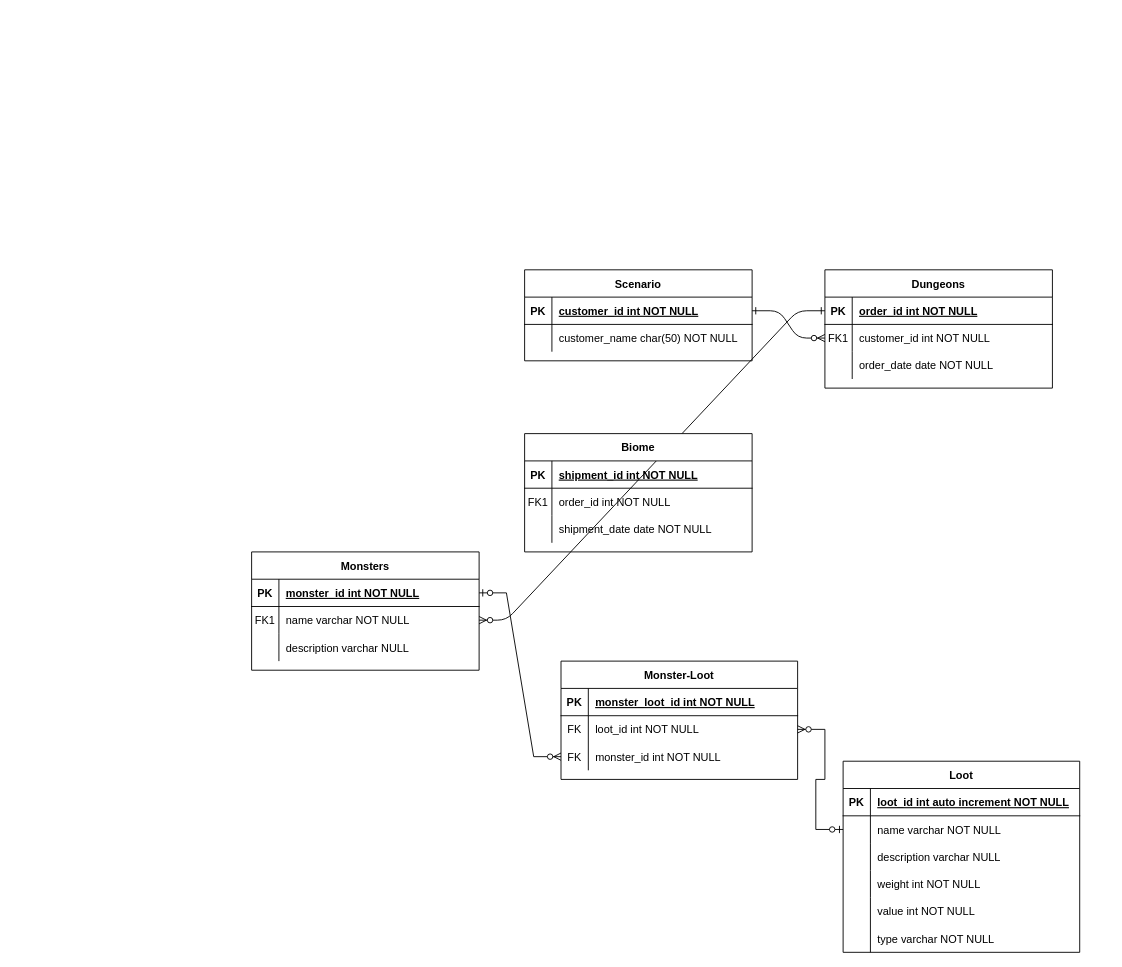
The draw.io diagram Untitled Diagram.drawio in hobstowler/Dungeon-Master-Planner, before the edit. Source tidied: cells renumbered, new cells numbered last; positions are measured from the earlier drawing's top-left corner, leaving out a move shared by most shapes. Both pictures are drawn from the tidied source at 91%, with x=0, y=0 at pixel (251, 269).
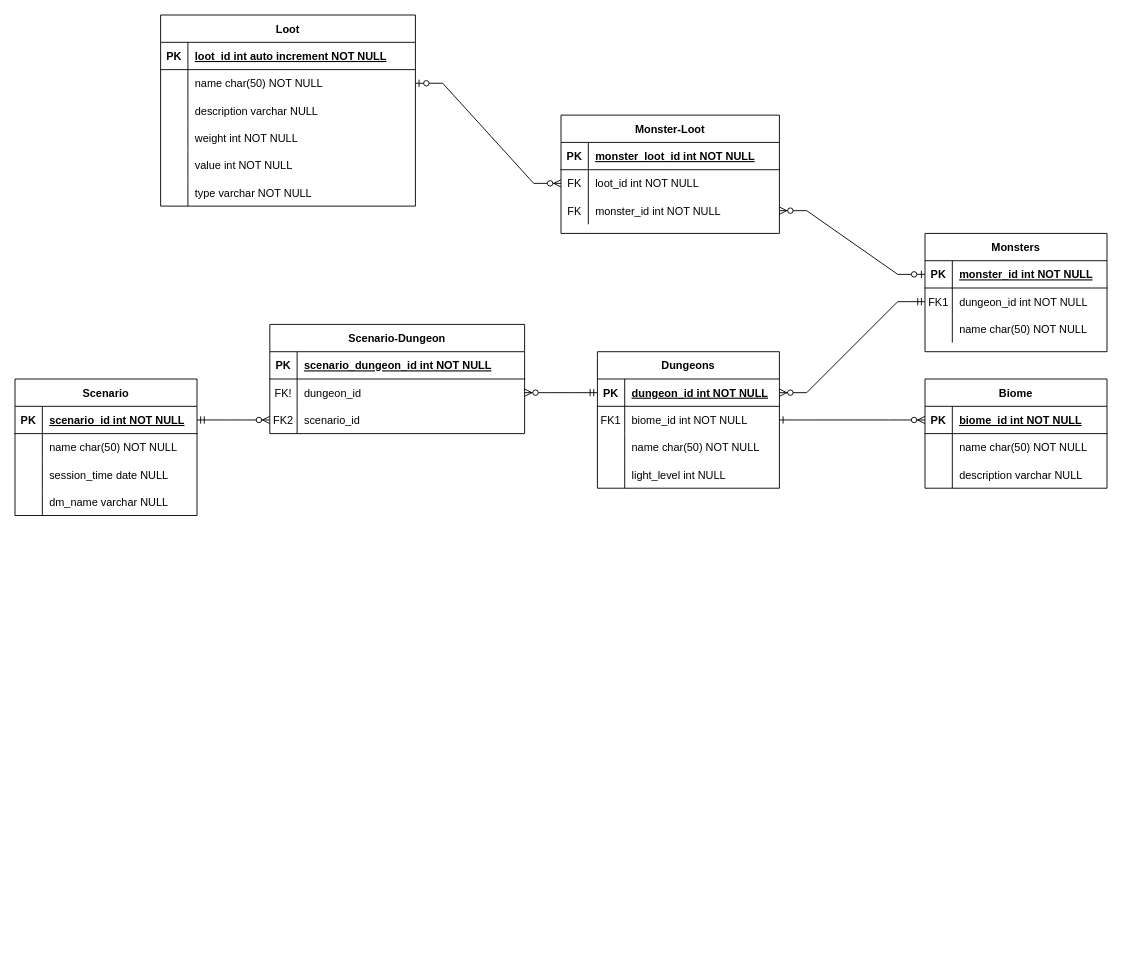
After the change.

Commit message:
added all tables and relationships

Diff of the diagram source:
```diff
@@
-    <mxCell id="2" style="edgeStyle=entityRelationEdgeStyle;endArrow=ERzeroToMany;startArrow=ERone;endFill=1;startFill=0;" parent="1" edge="1" source="25" target="8">
+    <mxCell id="2" style="edgeStyle=entityRelationEdgeStyle;endArrow=ERzeroToMany;startArrow=ERone;endFill=1;startFill=0;" parent="1" edge="1" source="8" target="51">
       <mxGeometry relative="1" as="geometry" />
     </mxCell>
-    <mxCell id="3" style="edgeStyle=entityRelationEdgeStyle;endArrow=ERzeroToMany;startArrow=ERone;endFill=1;startFill=0;" parent="1" edge="1" source="5" target="18">
-      <mxGeometry relative="1" as="geometry" />
-    </mxCell>
     <mxCell id="4" value="Dungeons" style="shape=table;startSize=30;childLayout=tableLayout;rowLines=0;fontStyle=1;align=center;" parent="1" vertex="1">
-      <mxGeometry x="630" width="250" height="130" as="geometry" />
+      <mxGeometry x="380" y="90" width="200" height="150" as="geometry" />
     </mxCell>
     <mxCell id="5" style="shape=partialRectangle;fillColor=none;points=[[0,0.5],[1,0.5]];portConstraint=eastwest;top=0;left=0;right=0;bottom=1;" parent="4" vertex="1">
-      <mxGeometry y="30" width="250" height="30" as="geometry" />
+      <mxGeometry y="30" width="200" height="30" as="geometry" />
     </mxCell>
@@
-    <mxCell id="7" value="order_id int NOT NULL " style="shape=partialRectangle;overflow=hidden;fillColor=none;top=0;left=0;bottom=0;right=0;align=left;spacingLeft=6;fontStyle=5;" parent="5" vertex="1">
-      <mxGeometry x="30" width="220" height="30" as="geometry" />
+    <mxCell id="7" value="dungeon_id int NOT NULL" style="shape=partialRectangle;overflow=hidden;fillColor=none;top=0;left=0;bottom=0;right=0;align=left;spacingLeft=6;fontStyle=5;" parent="5" vertex="1">
+      <mxGeometry x="30" width="170" height="30" as="geometry" />
     </mxCell>
     <mxCell id="8" style="shape=partialRectangle;fillColor=none;points=[[0,0.5],[1,0.5]];portConstraint=eastwest;top=0;left=0;right=0;bottom=0;" parent="4" vertex="1">
-      <mxGeometry y="60" width="250" height="30" as="geometry" />
+      <mxGeometry y="60" width="200" height="30" as="geometry" />
     </mxCell>
@@
-    <mxCell id="10" value="customer_id int NOT NULL" style="shape=partialRectangle;overflow=hidden;fillColor=none;top=0;left=0;bottom=0;right=0;align=left;spacingLeft=6;" parent="8" vertex="1">
-      <mxGeometry x="30" width="220" height="30" as="geometry" />
+    <mxCell id="10" value="biome_id int NOT NULL" style="shape=partialRectangle;overflow=hidden;fillColor=none;top=0;left=0;bottom=0;right=0;align=left;spacingLeft=6;" parent="8" vertex="1">
+      <mxGeometry x="30" width="170" height="30" as="geometry" />
     </mxCell>
     <mxCell id="11" style="shape=partialRectangle;fillColor=none;top=0;left=0;right=0;bottom=0;" parent="4" vertex="1">
-      <mxGeometry y="90" width="250" height="30" as="geometry" />
+      <mxGeometry y="90" width="200" height="30" as="geometry" />
     </mxCell>
@@
-    <mxCell id="13" value="order_date date NOT NULL" style="shape=partialRectangle;overflow=hidden;fillColor=none;top=0;left=0;bottom=0;right=0;align=left;spacingLeft=6;" parent="11" vertex="1">
-      <mxGeometry x="30" width="220" height="30" as="geometry" />
+    <mxCell id="13" value="name char(50) NOT NULL" style="shape=partialRectangle;overflow=hidden;fillColor=none;top=0;left=0;bottom=0;right=0;align=left;spacingLeft=6;" parent="11" vertex="1">
+      <mxGeometry x="30" width="170" height="30" as="geometry" />
     </mxCell>
+    <mxCell id="72" style="shape=partialRectangle;fillColor=none;top=0;left=0;right=0;bottom=0;" parent="4" vertex="1">
+      <mxGeometry y="120" width="200" height="30" as="geometry" />
+    </mxCell>
+    <mxCell id="73" style="shape=partialRectangle;overflow=hidden;fillColor=none;top=0;left=0;bottom=0;right=0;" parent="72" vertex="1">
+      <mxGeometry width="30" height="30" as="geometry" />
+    </mxCell>
+    <mxCell id="74" value="light_level int NULL" style="shape=partialRectangle;overflow=hidden;fillColor=none;top=0;left=0;bottom=0;right=0;align=left;spacingLeft=6;" parent="72" vertex="1">
+      <mxGeometry x="30" width="170" height="30" as="geometry" />
+    </mxCell>
     <mxCell id="14" value="Monsters" style="shape=table;startSize=30;childLayout=tableLayout;rowLines=0;fontStyle=1;align=center;" parent="1" vertex="1">
-      <mxGeometry y="310" width="250" height="130" as="geometry" />
+      <mxGeometry x="740" y="-40" width="200" height="130" as="geometry" />
     </mxCell>
     <mxCell id="15" style="shape=partialRectangle;fillColor=none;points=[[0,0.5],[1,0.5]];portConstraint=eastwest;top=0;left=0;right=0;bottom=1;" parent="14" vertex="1">
-      <mxGeometry y="30" width="250" height="30" as="geometry" />
+      <mxGeometry y="30" width="200" height="30" as="geometry" />
     </mxCell>
@@
     <mxCell id="17" value="monster_id int NOT NULL" style="shape=partialRectangle;overflow=hidden;fillColor=none;top=0;left=0;bottom=0;right=0;align=left;spacingLeft=6;fontStyle=5;" parent="15" vertex="1">
-      <mxGeometry x="30" width="220" height="30" as="geometry" />
+      <mxGeometry x="30" width="170" height="30" as="geometry" />
     </mxCell>
     <mxCell id="18" style="shape=partialRectangle;fillColor=none;points=[[0,0.5],[1,0.5]];portConstraint=eastwest;top=0;left=0;right=0;bottom=0;" parent="14" vertex="1">
-      <mxGeometry y="60" width="250" height="30" as="geometry" />
+      <mxGeometry y="60" width="200" height="30" as="geometry" />
     </mxCell>
@@
-    <mxCell id="20" value="name varchar NOT NULL" style="shape=partialRectangle;overflow=hidden;fillColor=none;top=0;left=0;bottom=0;right=0;align=left;spacingLeft=6;" parent="18" vertex="1">
-      <mxGeometry x="30" width="220" height="30" as="geometry" />
+    <mxCell id="20" value="dungeon_id int NOT NULL" style="shape=partialRectangle;overflow=hidden;fillColor=none;top=0;left=0;bottom=0;right=0;align=left;spacingLeft=6;" parent="18" vertex="1">
+      <mxGeometry x="30" width="170" height="30" as="geometry" />
     </mxCell>
     <mxCell id="21" style="shape=partialRectangle;fillColor=none;top=0;left=0;right=0;bottom=0;" parent="14" vertex="1">
-      <mxGeometry y="90" width="250" height="30" as="geometry" />
+      <mxGeometry y="90" width="200" height="30" as="geometry" />
     </mxCell>
@@
-    <mxCell id="23" value="description varchar NULL" style="shape=partialRectangle;overflow=hidden;fillColor=none;top=0;left=0;bottom=0;right=0;align=left;spacingLeft=6;" parent="21" vertex="1">
-      <mxGeometry x="30" width="220" height="30" as="geometry" />
+    <mxCell id="23" value="name char(50) NOT NULL" style="shape=partialRectangle;overflow=hidden;fillColor=none;top=0;left=0;bottom=0;right=0;align=left;spacingLeft=6;" parent="21" vertex="1">
+      <mxGeometry x="30" width="170" height="30" as="geometry" />
     </mxCell>
     <mxCell id="24" value="Scenario" style="shape=table;startSize=30;childLayout=tableLayout;rowLines=0;fontStyle=1;align=center;" parent="1" vertex="1">
-      <mxGeometry x="300" width="250" height="100" as="geometry" />
+      <mxGeometry x="-260" y="120" width="200" height="150" as="geometry" />
     </mxCell>
     <mxCell id="25" style="shape=partialRectangle;fillColor=none;points=[[0,0.5],[1,0.5]];portConstraint=eastwest;top=0;left=0;right=0;bottom=1;" parent="24" vertex="1">
-      <mxGeometry y="30" width="250" height="30" as="geometry" />
+      <mxGeometry y="30" width="200" height="30" as="geometry" />
     </mxCell>
@@
-    <mxCell id="27" value="customer_id int NOT NULL " style="shape=partialRectangle;overflow=hidden;fillColor=none;top=0;left=0;bottom=0;right=0;align=left;spacingLeft=6;fontStyle=5;" parent="25" vertex="1">
-      <mxGeometry x="30" width="220" height="30" as="geometry" />
+    <mxCell id="27" value="scenario_id int NOT NULL" style="shape=partialRectangle;overflow=hidden;fillColor=none;top=0;left=0;bottom=0;right=0;align=left;spacingLeft=6;fontStyle=5;" parent="25" vertex="1">
+      <mxGeometry x="30" width="170" height="30" as="geometry" />
     </mxCell>
     <mxCell id="28" style="shape=partialRectangle;fillColor=none;top=0;left=0;right=0;bottom=0;" parent="24" vertex="1">
-      <mxGeometry y="60" width="250" height="30" as="geometry" />
+      <mxGeometry y="60" width="200" height="30" as="geometry" />
     </mxCell>
@@
-    <mxCell id="30" value="customer_name char(50) NOT NULL" style="shape=partialRectangle;overflow=hidden;fillColor=none;top=0;left=0;bottom=0;right=0;align=left;spacingLeft=6;" parent="28" vertex="1">
-      <mxGeometry x="30" width="220" height="30" as="geometry" />
+    <mxCell id="30" value="name char(50) NOT NULL" style="shape=partialRectangle;overflow=hidden;fillColor=none;top=0;left=0;bottom=0;right=0;align=left;spacingLeft=6;" parent="28" vertex="1">
+      <mxGeometry x="30" width="170" height="30" as="geometry" />
     </mxCell>
+    <mxCell id="75" style="shape=partialRectangle;fillColor=none;top=0;left=0;right=0;bottom=0;" parent="24" vertex="1">
+      <mxGeometry y="90" width="200" height="30" as="geometry" />
+    </mxCell>
+    <mxCell id="76" style="shape=partialRectangle;overflow=hidden;fillColor=none;top=0;left=0;bottom=0;right=0;" parent="75" vertex="1">
+      <mxGeometry width="30" height="30" as="geometry" />
+    </mxCell>
+    <mxCell id="77" value="session_time date NULL" style="shape=partialRectangle;overflow=hidden;fillColor=none;top=0;left=0;bottom=0;right=0;align=left;spacingLeft=6;" parent="75" vertex="1">
+      <mxGeometry x="30" width="170" height="30" as="geometry" />
+    </mxCell>
+    <mxCell id="78" style="shape=partialRectangle;fillColor=none;top=0;left=0;right=0;bottom=0;" parent="24" vertex="1">
+      <mxGeometry y="120" width="200" height="30" as="geometry" />
+    </mxCell>
+    <mxCell id="79" style="shape=partialRectangle;overflow=hidden;fillColor=none;top=0;left=0;bottom=0;right=0;" parent="78" vertex="1">
+      <mxGeometry width="30" height="30" as="geometry" />
+    </mxCell>
+    <mxCell id="80" value="dm_name varchar NULL" style="shape=partialRectangle;overflow=hidden;fillColor=none;top=0;left=0;bottom=0;right=0;align=left;spacingLeft=6;" parent="78" vertex="1">
+      <mxGeometry x="30" width="170" height="30" as="geometry" />
+    </mxCell>
     <mxCell id="31" value="Loot" style="shape=table;startSize=30;childLayout=tableLayout;rowLines=0;fontStyle=1;align=center;" parent="1" vertex="1">
-      <mxGeometry x="650" y="540" width="260" height="210" as="geometry" />
+      <mxGeometry x="-100" y="-280" width="280" height="210" as="geometry" />
     </mxCell>
     <mxCell id="32" style="shape=partialRectangle;fillColor=none;top=0;left=0;right=0;bottom=1;" parent="31" vertex="1">
-      <mxGeometry y="30" width="260" height="30" as="geometry" />
+      <mxGeometry y="30" width="280" height="30" as="geometry" />
     </mxCell>
@@
     <mxCell id="34" value="loot_id int auto increment NOT NULL" style="shape=partialRectangle;overflow=hidden;fillColor=none;top=0;left=0;bottom=0;right=0;align=left;spacingLeft=6;fontStyle=5;" parent="32" vertex="1">
-      <mxGeometry x="30" width="230" height="30" as="geometry" />
+      <mxGeometry x="30" width="250" height="30" as="geometry" />
     </mxCell>
     <mxCell id="35" style="shape=partialRectangle;fillColor=none;points=[[0,0.5],[1,0.5]];portConstraint=eastwest;top=0;left=0;right=0;bottom=0;" parent="31" vertex="1">
-      <mxGeometry y="60" width="260" height="30" as="geometry" />
+      <mxGeometry y="60" width="280" height="30" as="geometry" />
     </mxCell>
@@
-    <mxCell id="37" value="name varchar NOT NULL" style="shape=partialRectangle;overflow=hidden;fillColor=none;top=0;left=0;bottom=0;right=0;align=left;spacingLeft=6;" parent="35" vertex="1">
-      <mxGeometry x="30" width="230" height="30" as="geometry" />
+    <mxCell id="37" value="name char(50) NOT NULL" style="shape=partialRectangle;overflow=hidden;fillColor=none;top=0;left=0;bottom=0;right=0;align=left;spacingLeft=6;" parent="35" vertex="1">
+      <mxGeometry x="30" width="250" height="30" as="geometry" />
     </mxCell>
     <mxCell id="38" style="shape=partialRectangle;fillColor=none;top=0;left=0;right=0;bottom=0;" parent="31" vertex="1">
-      <mxGeometry y="90" width="260" height="30" as="geometry" />
+      <mxGeometry y="90" width="280" height="30" as="geometry" />
     </mxCell>
@@
     <mxCell id="40" value="description varchar NULL" style="shape=partialRectangle;overflow=hidden;fillColor=none;top=0;left=0;bottom=0;right=0;align=left;spacingLeft=6;" parent="38" vertex="1">
-      <mxGeometry x="30" width="230" height="30" as="geometry" />
+      <mxGeometry x="30" width="250" height="30" as="geometry" />
     </mxCell>
     <mxCell id="41" style="shape=partialRectangle;fillColor=none;top=0;left=0;right=0;bottom=0;" parent="31" vertex="1">
-      <mxGeometry y="120" width="260" height="30" as="geometry" />
+      <mxGeometry y="120" width="280" height="30" as="geometry" />
     </mxCell>
@@
     <mxCell id="43" value="weight int NOT NULL" style="shape=partialRectangle;overflow=hidden;fillColor=none;top=0;left=0;bottom=0;right=0;align=left;spacingLeft=6;" parent="41" vertex="1">
-      <mxGeometry x="30" width="230" height="30" as="geometry" />
+      <mxGeometry x="30" width="250" height="30" as="geometry" />
     </mxCell>
     <mxCell id="44" style="shape=partialRectangle;fillColor=none;top=0;left=0;right=0;bottom=0;" parent="31" vertex="1">
-      <mxGeometry y="150" width="260" height="30" as="geometry" />
+      <mxGeometry y="150" width="280" height="30" as="geometry" />
     </mxCell>
@@
     <mxCell id="46" value="value int NOT NULL" style="shape=partialRectangle;overflow=hidden;fillColor=none;top=0;left=0;bottom=0;right=0;align=left;spacingLeft=6;" parent="44" vertex="1">
-      <mxGeometry x="30" width="230" height="30" as="geometry" />
+      <mxGeometry x="30" width="250" height="30" as="geometry" />
     </mxCell>
     <mxCell id="47" style="shape=partialRectangle;fillColor=none;top=0;left=0;right=0;bottom=0;" parent="31" vertex="1">
-      <mxGeometry y="180" width="260" height="30" as="geometry" />
+      <mxGeometry y="180" width="280" height="30" as="geometry" />
     </mxCell>
@@
     <mxCell id="49" value="type varchar NOT NULL" style="shape=partialRectangle;overflow=hidden;fillColor=none;top=0;left=0;bottom=0;right=0;align=left;spacingLeft=6;" parent="47" vertex="1">
-      <mxGeometry x="30" width="230" height="30" as="geometry" />
+      <mxGeometry x="30" width="250" height="30" as="geometry" />
     </mxCell>
     <mxCell id="50" value="Biome" style="shape=table;startSize=30;childLayout=tableLayout;rowLines=0;fontStyle=1;align=center;" parent="1" vertex="1">
-      <mxGeometry x="300" y="180" width="250" height="130" as="geometry" />
+      <mxGeometry x="740" y="120" width="200" height="120" as="geometry" />
     </mxCell>
     <mxCell id="51" style="shape=partialRectangle;fillColor=none;points=[[0,0.5],[1,0.5]];portConstraint=eastwest;top=0;left=0;right=0;bottom=1;" parent="50" vertex="1">
-      <mxGeometry y="30" width="250" height="30" as="geometry" />
+      <mxGeometry y="30" width="200" height="30" as="geometry" />
     </mxCell>
@@
-    <mxCell id="53" value="shipment_id int NOT NULL " style="shape=partialRectangle;overflow=hidden;fillColor=none;top=0;left=0;bottom=0;right=0;align=left;spacingLeft=6;fontStyle=5;" parent="51" vertex="1">
-      <mxGeometry x="30" width="220" height="30" as="geometry" />
+    <mxCell id="53" value="biome_id int NOT NULL" style="shape=partialRectangle;overflow=hidden;fillColor=none;top=0;left=0;bottom=0;right=0;align=left;spacingLeft=6;fontStyle=5;" parent="51" vertex="1">
+      <mxGeometry x="30" width="170" height="30" as="geometry" />
     </mxCell>
     <mxCell id="54" style="shape=partialRectangle;fillColor=none;top=0;left=0;right=0;bottom=0;" parent="50" vertex="1">
-      <mxGeometry y="60" width="250" height="30" as="geometry" />
+      <mxGeometry y="60" width="200" height="30" as="geometry" />
     </mxCell>
-    <mxCell id="55" value="FK1" style="shape=partialRectangle;overflow=hidden;fillColor=none;top=0;left=0;bottom=0;right=0;" parent="54" vertex="1">
+    <mxCell id="55" style="shape=partialRectangle;overflow=hidden;fillColor=none;top=0;left=0;bottom=0;right=0;" parent="54" vertex="1">
       <mxGeometry width="30" height="30" as="geometry" />
     </mxCell>
-    <mxCell id="56" value="order_id int NOT NULL" style="shape=partialRectangle;overflow=hidden;fillColor=none;top=0;left=0;bottom=0;right=0;align=left;spacingLeft=6;" parent="54" vertex="1">
-      <mxGeometry x="30" width="220" height="30" as="geometry" />
+    <mxCell id="56" value="name char(50) NOT NULL" style="shape=partialRectangle;overflow=hidden;fillColor=none;top=0;left=0;bottom=0;right=0;align=left;spacingLeft=6;" parent="54" vertex="1">
+      <mxGeometry x="30" width="170" height="30" as="geometry" />
     </mxCell>
     <mxCell id="57" style="shape=partialRectangle;fillColor=none;top=0;left=0;right=0;bottom=0;" parent="50" vertex="1">
-      <mxGeometry y="90" width="250" height="30" as="geometry" />
+      <mxGeometry y="90" width="200" height="30" as="geometry" />
     </mxCell>
@@
-    <mxCell id="59" value="shipment_date date NOT NULL" style="shape=partialRectangle;overflow=hidden;fillColor=none;top=0;left=0;bottom=0;right=0;align=left;spacingLeft=6;" parent="57" vertex="1">
-      <mxGeometry x="30" width="220" height="30" as="geometry" />
+    <mxCell id="59" value="description varchar NULL" style="shape=partialRectangle;overflow=hidden;fillColor=none;top=0;left=0;bottom=0;right=0;align=left;spacingLeft=6;" parent="57" vertex="1">
+      <mxGeometry x="30" width="170" height="30" as="geometry" />
     </mxCell>
     <mxCell id="60" value="Monster-Loot" style="shape=table;startSize=30;childLayout=tableLayout;rowLines=0;fontStyle=1;align=center;" parent="1" vertex="1">
-      <mxGeometry x="340" y="430" width="260" height="130" as="geometry" />
+      <mxGeometry x="340" y="-170" width="240" height="130" as="geometry" />
     </mxCell>
     <mxCell id="61" style="shape=tableRow;horizontal=0;startSize=0;swimlaneHead=0;swimlaneBody=0;fillColor=none;top=0;left=0;right=0;bottom=1;" parent="60" vertex="1">
-      <mxGeometry y="30" width="260" height="30" as="geometry" />
+      <mxGeometry y="30" width="240" height="30" as="geometry" />
     </mxCell>
@@
     <mxCell id="63" value="monster_loot_id int NOT NULL" style="shape=partialRectangle;fillColor=none;top=0;left=0;bottom=0;right=0;align=left;spacingLeft=6;fontStyle=5;overflow=hidden;" parent="61" vertex="1">
-      <mxGeometry x="30" width="230" height="30" as="geometry" />
+      <mxGeometry x="30" width="210" height="30" as="geometry" />
     </mxCell>
     <mxCell id="64" style="shape=tableRow;horizontal=0;startSize=0;swimlaneHead=0;swimlaneBody=0;fillColor=none;points=[[0,0.5],[1,0.5]];portConstraint=eastwest;top=0;left=0;right=0;bottom=0;" parent="60" vertex="1">
-      <mxGeometry y="60" width="260" height="30" as="geometry" />
+      <mxGeometry y="60" width="240" height="30" as="geometry" />
     </mxCell>
@@
     <mxCell id="66" value="loot_id int NOT NULL" style="shape=partialRectangle;fillColor=none;top=0;left=0;bottom=0;right=0;align=left;spacingLeft=6;overflow=hidden;" parent="64" vertex="1">
-      <mxGeometry x="30" width="230" height="30" as="geometry" />
+      <mxGeometry x="30" width="210" height="30" as="geometry" />
     </mxCell>
     <mxCell id="67" style="shape=tableRow;horizontal=0;startSize=0;swimlaneHead=0;swimlaneBody=0;fillColor=none;points=[[0,0.5],[1,0.5]];portConstraint=eastwest;top=0;left=0;right=0;bottom=0;" parent="60" vertex="1">
-      <mxGeometry y="90" width="260" height="30" as="geometry" />
+      <mxGeometry y="90" width="240" height="30" as="geometry" />
     </mxCell>
@@
     <mxCell id="69" value="monster_id int NOT NULL" style="shape=partialRectangle;fillColor=none;top=0;left=0;bottom=0;right=0;align=left;spacingLeft=6;overflow=hidden;" parent="67" vertex="1">
-      <mxGeometry x="30" width="230" height="30" as="geometry" />
+      <mxGeometry x="30" width="210" height="30" as="geometry" />
     </mxCell>
@@
+    <mxCell id="81" style="edgeStyle=entityRelationEdgeStyle;fontSize=12;html=1;endArrow=ERzeroToMany;startArrow=ERmandOne;rounded=0;" parent="1" edge="1" source="18" target="5">
+      <mxGeometry relative="1" as="geometry" />
+    </mxCell>
+    <mxCell id="82" value="Scenario-Dungeon" style="shape=table;startSize=30;childLayout=tableLayout;rowLines=0;fontStyle=1;align=center;" parent="1" vertex="1">
+      <mxGeometry x="20" y="60" width="280" height="120" as="geometry" />
+    </mxCell>
+    <mxCell id="83" style="shape=tableRow;horizontal=0;startSize=0;swimlaneHead=0;swimlaneBody=0;fillColor=none;top=0;left=0;right=0;bottom=1;" parent="82" vertex="1">
+      <mxGeometry y="30" width="280" height="30" as="geometry" />
+    </mxCell>
+    <mxCell id="84" value="PK" style="shape=partialRectangle;fillColor=none;top=0;left=0;bottom=0;right=0;fontStyle=1;overflow=hidden;" parent="83" vertex="1">
+      <mxGeometry width="30" height="30" as="geometry" />
+    </mxCell>
+    <mxCell id="85" value="scenario_dungeon_id int NOT NULL" style="shape=partialRectangle;fillColor=none;top=0;left=0;bottom=0;right=0;align=left;spacingLeft=6;fontStyle=5;overflow=hidden;" parent="83" vertex="1">
+      <mxGeometry x="30" width="250" height="30" as="geometry" />
+    </mxCell>
+    <mxCell id="86" style="shape=tableRow;horizontal=0;startSize=0;swimlaneHead=0;swimlaneBody=0;fillColor=none;points=[[0,0.5],[1,0.5]];portConstraint=eastwest;top=0;left=0;right=0;bottom=0;" parent="82" vertex="1">
+      <mxGeometry y="60" width="280" height="30" as="geometry" />
+    </mxCell>
+    <mxCell id="87" value="FK!" style="shape=partialRectangle;fillColor=none;top=0;left=0;bottom=0;right=0;overflow=hidden;" parent="86" vertex="1">
+      <mxGeometry width="30" height="30" as="geometry" />
+    </mxCell>
+    <mxCell id="88" value="dungeon_id" style="shape=partialRectangle;fillColor=none;top=0;left=0;bottom=0;right=0;align=left;spacingLeft=6;overflow=hidden;" parent="86" vertex="1">
+      <mxGeometry x="30" width="250" height="30" as="geometry" />
+    </mxCell>
+    <mxCell id="89" style="shape=tableRow;horizontal=0;startSize=0;swimlaneHead=0;swimlaneBody=0;fillColor=none;points=[[0,0.5],[1,0.5]];portConstraint=eastwest;top=0;left=0;right=0;bottom=0;" parent="82" vertex="1">
+      <mxGeometry y="90" width="280" height="30" as="geometry" />
+    </mxCell>
+    <mxCell id="90" value="FK2" style="shape=partialRectangle;fillColor=none;top=0;left=0;bottom=0;right=0;overflow=hidden;" parent="89" vertex="1">
+      <mxGeometry width="30" height="30" as="geometry" />
+    </mxCell>
+    <mxCell id="91" value="scenario_id" style="shape=partialRectangle;fillColor=none;top=0;left=0;bottom=0;right=0;align=left;spacingLeft=6;overflow=hidden;" parent="89" vertex="1">
+      <mxGeometry x="30" width="250" height="30" as="geometry" />
+    </mxCell>
+    <mxCell id="92" style="edgeStyle=entityRelationEdgeStyle;fontSize=12;html=1;endArrow=ERzeroToMany;startArrow=ERmandOne;rounded=0;" parent="1" edge="1" source="25" target="89">
+      <mxGeometry relative="1" as="geometry" />
+    </mxCell>
+    <mxCell id="93" style="edgeStyle=entityRelationEdgeStyle;fontSize=12;html=1;endArrow=ERzeroToMany;startArrow=ERmandOne;rounded=0;" parent="1" edge="1" source="5" target="86">
+      <mxGeometry relative="1" as="geometry" />
+    </mxCell>
```
